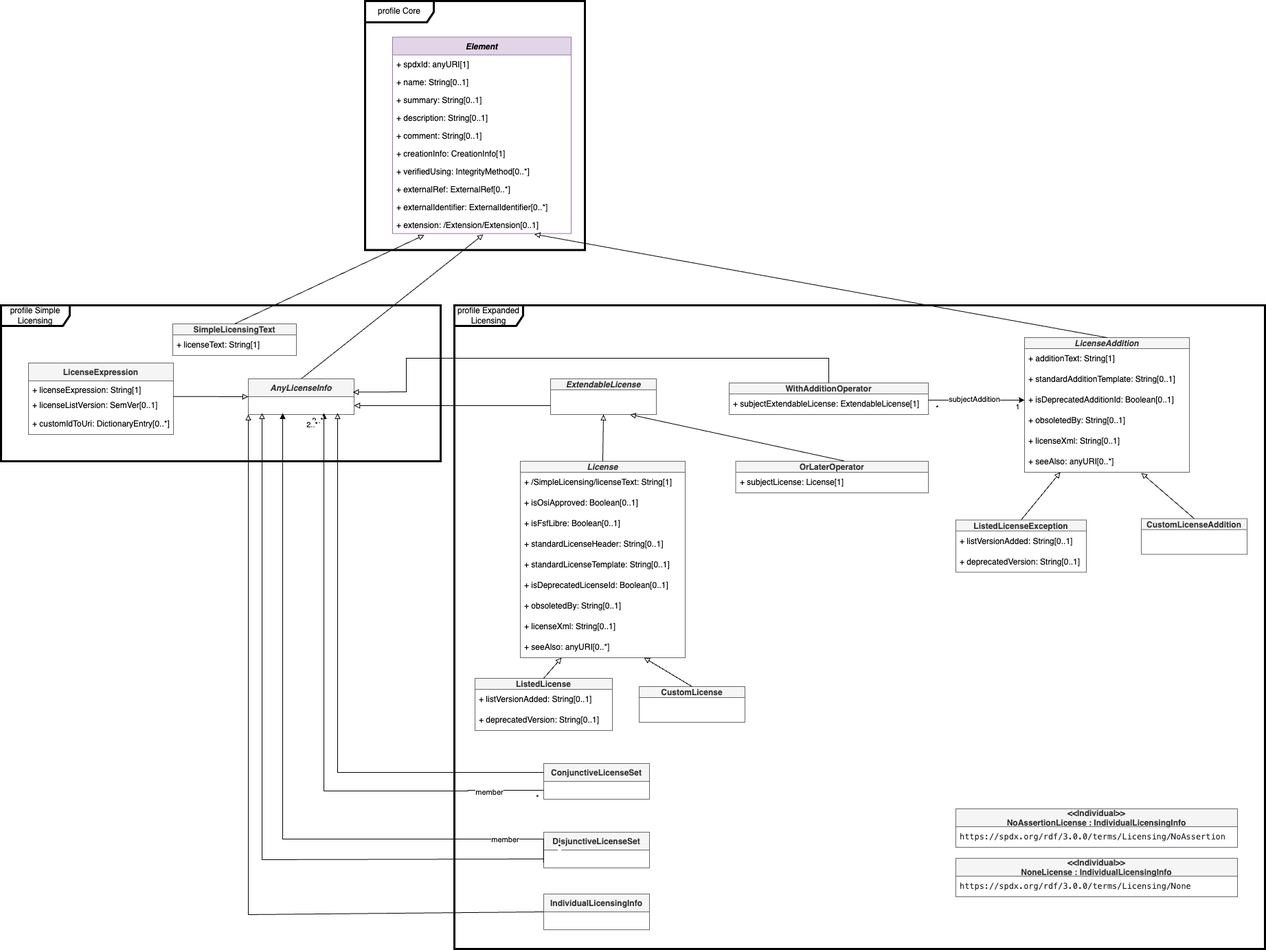
Earlier version of the draw.io export model Licensing.png (spdx/spdx-3-model). Source tidied: cells renumbered, new cells last; positions are measured from the earlier drawing's top-left corner, leaving out a move shared by most shapes.
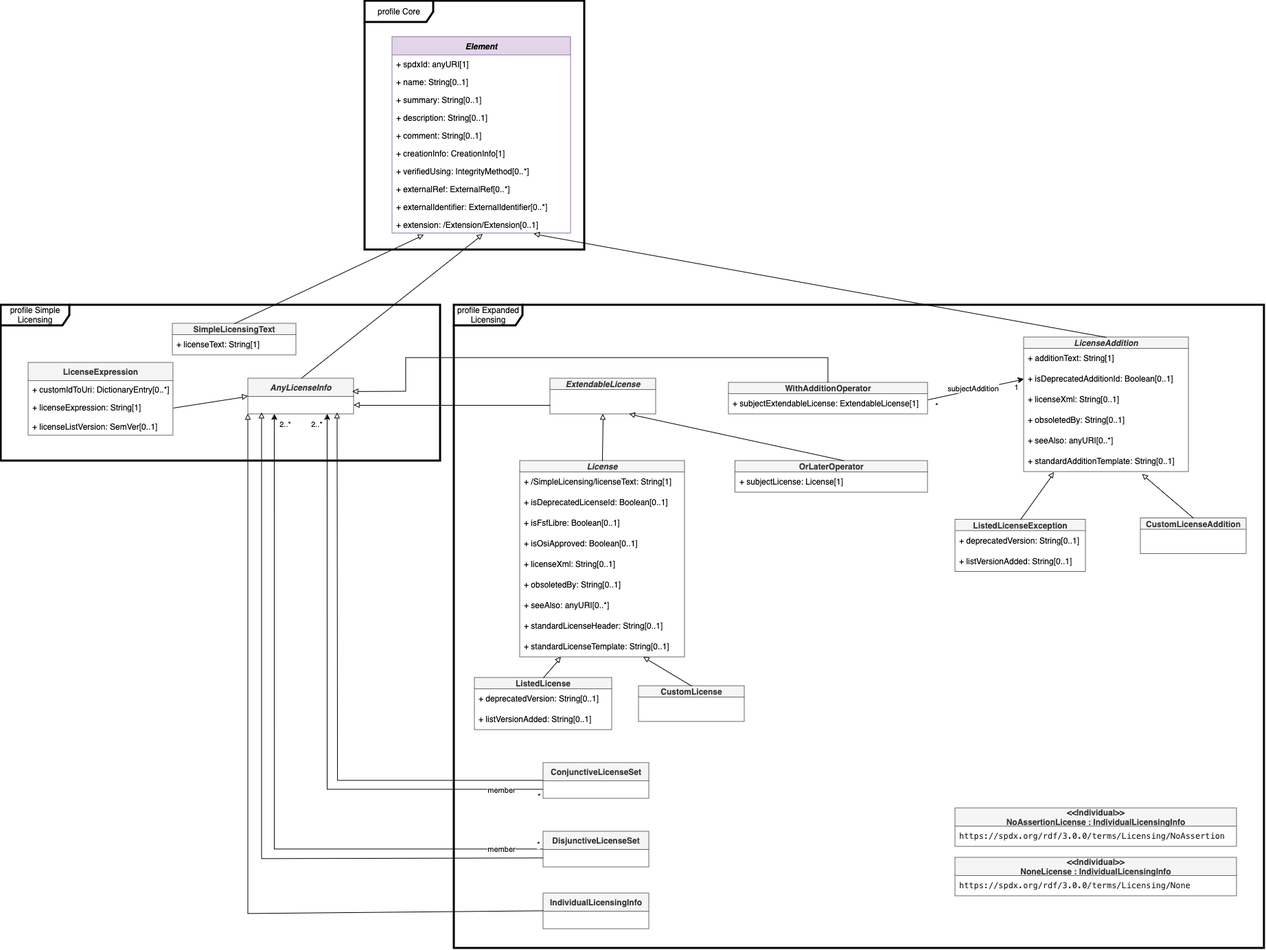
After the commit.

Change to the diagram source:
```diff
@@ -7,2 +7,20 @@
     </mxCell>
+    <mxCell id="87" style="edgeStyle=orthogonalEdgeStyle;rounded=0;jettySize=auto;html=1;exitX=0;exitY=0.5;exitDx=0;exitDy=0;entryX=0.25;entryY=1;entryDx=0;entryDy=0;" parent="1" edge="1" source="3" target="18">
+      <mxGeometry relative="1" as="geometry" />
+    </mxCell>
+    <mxCell id="88" value="member" style="edgeLabel;html=1;align=center;verticalAlign=middle;" parent="87" vertex="1">
+      <mxGeometry x="-0.57" y="1" relative="1" as="geometry">
+        <mxPoint x="158" y="-2" as="offset" />
+      </mxGeometry>
+    </mxCell>
+    <mxCell id="89" value="*" style="edgeLabel;html=1;align=center;verticalAlign=middle;" parent="87" vertex="1">
+      <mxGeometry x="-0.99" y="-1" relative="1" as="geometry">
+        <mxPoint y="-7" as="offset" />
+      </mxGeometry>
+    </mxCell>
+    <mxCell id="90" value="2..*" style="edgeLabel;html=1;align=center;verticalAlign=middle;" parent="87" vertex="1">
+      <mxGeometry x="0.78" y="-1" relative="1" as="geometry">
+        <mxPoint x="14" y="-100" as="offset" />
+      </mxGeometry>
+    </mxCell>
     <mxCell id="3" value="DisjunctiveLicenseSet" style="swimlane;fontStyle=1;horizontal=1;startSize=26;fillColor=#f5f5f5;strokeColor=#666666;fontColor=#333333;" parent="1" vertex="1">
@@ -56,16 +74,39 @@
     <mxCell id="19" value="LicenseExpression" style="swimlane;fontStyle=1;horizontal=1;startSize=26;fillColor=#f5f5f5;strokeColor=#666666;fontColor=#333333;" parent="1" vertex="1">
-      <mxGeometry x="40" y="527" width="210.9" height="104" as="geometry" />
+      <mxGeometry x="40" y="527" width="210.9" height="106" as="geometry" />
     </mxCell>
+    <mxCell id="22" value="+ customIdToUri: DictionaryEntry[0..*]" style="text;strokeColor=none;fillColor=none;align=left;verticalAlign=top;spacingLeft=4;spacingRight=4;overflow=hidden;whiteSpace=wrap;html=1;" parent="19" vertex="1">
+      <mxGeometry y="26" width="210.9" height="26" as="geometry" />
+    </mxCell>
     <mxCell id="20" value="+ licenseExpression: String[1]" style="text;strokeColor=none;fillColor=none;align=left;verticalAlign=top;spacingLeft=4;spacingRight=4;overflow=hidden;points=[[0,0.5],[1,0.5]];portConstraint=eastwest;" parent="19" vertex="1">
-      <mxGeometry y="26" width="210.9" height="22" as="geometry" />
+      <mxGeometry y="52" width="210.9" height="28" as="geometry" />
     </mxCell>
     <mxCell id="21" value="+ licenseListVersion: SemVer[0..1]" style="text;strokeColor=none;fillColor=none;align=left;verticalAlign=top;spacingLeft=4;spacingRight=4;overflow=hidden;points=[[0,0.5],[1,0.5]];portConstraint=eastwest;" parent="19" vertex="1">
-      <mxGeometry y="48" width="210.9" height="26" as="geometry" />
+      <mxGeometry y="80" width="210.9" height="26" as="geometry" />
     </mxCell>
-    <mxCell id="22" value="+ customIdToUri: DictionaryEntry[0..*]" style="text;strokeColor=none;fillColor=none;align=left;verticalAlign=middle;spacingLeft=4;spacingRight=4;overflow=hidden;whiteSpace=wrap;html=1;" parent="19" vertex="1">
-      <mxGeometry y="74" width="210.9" height="30" as="geometry" />
-    </mxCell>
-    <mxCell id="23" style="endArrow=block;html=1;rounded=0;entryX=0;entryY=0.5;entryDx=0;entryDy=0;exitX=0.999;exitY=0.026;exitDx=0;exitDy=0;endFill=0;exitPerimeter=0;" parent="1" edge="1" source="21" target="18">
+    <mxCell id="23" style="endArrow=block;html=1;rounded=0;entryX=0;entryY=0.5;entryDx=0;entryDy=0;exitX=1;exitY=0.5;exitDx=0;exitDy=0;endFill=0;" parent="1" edge="1" source="20" target="18">
       <mxGeometry relative="1" as="geometry" />
     </mxCell>
+    <mxCell id="91" style="edgeStyle=orthogonalEdgeStyle;rounded=0;jettySize=auto;html=1;exitX=0;exitY=0.75;exitDx=0;exitDy=0;entryX=0.75;entryY=1;entryDx=0;entryDy=0;" parent="1" edge="1" source="24" target="18">
+      <mxGeometry relative="1" as="geometry" />
+    </mxCell>
+    <mxCell id="92" value="member" style="edgeLabel;html=1;align=center;verticalAlign=middle;" parent="91" vertex="1">
+      <mxGeometry x="-0.81" relative="1" as="geometry">
+        <mxPoint x="20" as="offset" />
+      </mxGeometry>
+    </mxCell>
+    <mxCell id="93" value="*" style="edgeLabel;html=1;align=center;verticalAlign=middle;" parent="91" vertex="1">
+      <mxGeometry x="-0.99" y="1" relative="1" as="geometry">
+        <mxPoint y="8" as="offset" />
+      </mxGeometry>
+    </mxCell>
+    <mxCell id="94" value="2..*" style="edgeLabel;html=1;align=center;verticalAlign=middle;" parent="91" vertex="1">
+      <mxGeometry x="0.78" y="-1" relative="1" as="geometry">
+        <mxPoint x="-17" y="-81" as="offset" />
+      </mxGeometry>
+    </mxCell>
+    <mxCell id="95" style="edgeStyle=orthogonalEdgeStyle;rounded=0;jettySize=auto;html=1;exitX=0;exitY=0.5;exitDx=0;exitDy=0;strokeColor=default;endArrow=block;endFill=0;" parent="1" edge="1" source="24">
+      <mxGeometry relative="1" as="geometry">
+        <mxPoint x="490" y="600" as="targetPoint" />
+      </mxGeometry>
+    </mxCell>
     <mxCell id="24" value="ConjunctiveLicenseSet" style="swimlane;fontStyle=1;horizontal=1;startSize=26;fillColor=#f5f5f5;strokeColor=#666666;fontColor=#333333;" parent="1" vertex="1">
@@ -73,26 +114,2 @@
     </mxCell>
-    <mxCell id="25" style="edgeStyle=orthogonalEdgeStyle;rounded=0;jettySize=auto;html=1;endArrow=block;endFill=1;exitX=0;exitY=0.75;exitDx=0;exitDy=0;" parent="1" edge="1" source="24">
-      <mxGeometry relative="1" as="geometry">
-        <mxPoint x="470" y="600" as="targetPoint" />
-        <Array as="points">
-          <mxPoint x="680" y="1149" />
-          <mxPoint x="470" y="1150" />
-        </Array>
-      </mxGeometry>
-    </mxCell>
-    <mxCell id="26" value="*" style="edgeLabel;html=1;align=center;verticalAlign=middle;" parent="25" vertex="1">
-      <mxGeometry x="0.89" y="-1" relative="1" as="geometry">
-        <mxPoint x="309" y="513" as="offset" />
-      </mxGeometry>
-    </mxCell>
-    <mxCell id="27" value="2..*" style="edgeLabel;html=1;align=center;verticalAlign=middle;" parent="25" vertex="1">
-      <mxGeometry x="-0.94" y="-3" relative="1" as="geometry">
-        <mxPoint x="-303" y="-536" as="offset" />
-      </mxGeometry>
-    </mxCell>
-    <mxCell id="28" value="member" style="edgeLabel;html=1;align=center;verticalAlign=middle;" parent="25" vertex="1">
-      <mxGeometry x="-0.35" y="1" relative="1" as="geometry">
-        <mxPoint x="201" as="offset" />
-      </mxGeometry>
-    </mxCell>
     <mxCell id="29" value="License" style="swimlane;fontStyle=3;horizontal=1;startSize=16;fillColor=#f5f5f5;strokeColor=#666666;fontColor=#333333;" parent="1" vertex="1">
@@ -103,26 +120,26 @@
     </mxCell>
+    <mxCell id="35" value="+ isDeprecatedLicenseId: Boolean[0..1]" style="text;strokeColor=none;fillColor=none;align=left;verticalAlign=middle;spacingLeft=4;spacingRight=4;overflow=hidden;whiteSpace=wrap;html=1;" parent="29" vertex="1">
+      <mxGeometry y="46" width="240" height="30" as="geometry" />
+    </mxCell>
+    <mxCell id="32" value="+ isFsfLibre: Boolean[0..1]" style="text;strokeColor=none;fillColor=none;align=left;verticalAlign=middle;spacingLeft=4;spacingRight=4;overflow=hidden;whiteSpace=wrap;html=1;" parent="29" vertex="1">
+      <mxGeometry y="76" width="240" height="30" as="geometry" />
+    </mxCell>
     <mxCell id="31" value="+ isOsiApproved: Boolean[0..1]" style="text;strokeColor=none;fillColor=none;align=left;verticalAlign=middle;spacingLeft=4;spacingRight=4;overflow=hidden;whiteSpace=wrap;html=1;" parent="29" vertex="1">
-      <mxGeometry y="46" width="240" height="30" as="geometry" />
+      <mxGeometry y="106" width="240" height="30" as="geometry" />
     </mxCell>
-    <mxCell id="32" value="+ isFsfLibre: Boolean[0..1]" style="text;strokeColor=none;fillColor=none;align=left;verticalAlign=middle;spacingLeft=4;spacingRight=4;overflow=hidden;whiteSpace=wrap;html=1;" parent="29" vertex="1">
-      <mxGeometry y="76" width="240" height="30" as="geometry" />
-    </mxCell>
+    <mxCell id="37" value="+ licenseXml: String[0..1]" style="text;strokeColor=none;fillColor=none;align=left;verticalAlign=middle;spacingLeft=4;spacingRight=4;overflow=hidden;whiteSpace=wrap;html=1;" parent="29" vertex="1">
+      <mxGeometry y="136" width="240" height="30" as="geometry" />
+    </mxCell>
+    <mxCell id="36" value="+ obsoletedBy: String[0..1]" style="text;strokeColor=none;fillColor=none;align=left;verticalAlign=middle;spacingLeft=4;spacingRight=4;overflow=hidden;whiteSpace=wrap;html=1;" parent="29" vertex="1">
+      <mxGeometry y="166" width="240" height="30" as="geometry" />
+    </mxCell>
+    <mxCell id="38" value="+ seeAlso: anyURI[0..*]" style="text;strokeColor=none;fillColor=none;align=left;verticalAlign=middle;spacingLeft=4;spacingRight=4;overflow=hidden;whiteSpace=wrap;html=1;" parent="29" vertex="1">
+      <mxGeometry y="196" width="240" height="30" as="geometry" />
+    </mxCell>
     <mxCell id="33" value="+ standardLicenseHeader: String[0..1]" style="text;strokeColor=none;fillColor=none;align=left;verticalAlign=middle;spacingLeft=4;spacingRight=4;overflow=hidden;whiteSpace=wrap;html=1;" parent="29" vertex="1">
-      <mxGeometry y="106" width="240" height="30" as="geometry" />
+      <mxGeometry y="226" width="240" height="30" as="geometry" />
     </mxCell>
     <mxCell id="34" value="+ standardLicenseTemplate: String[0..1]" style="text;strokeColor=none;fillColor=none;align=left;verticalAlign=middle;spacingLeft=4;spacingRight=4;overflow=hidden;whiteSpace=wrap;html=1;" parent="29" vertex="1">
-      <mxGeometry y="136" width="240" height="30" as="geometry" />
+      <mxGeometry y="256" width="240" height="30" as="geometry" />
     </mxCell>
-    <mxCell id="35" value="+ isDeprecatedLicenseId: Boolean[0..1]" style="text;strokeColor=none;fillColor=none;align=left;verticalAlign=middle;spacingLeft=4;spacingRight=4;overflow=hidden;whiteSpace=wrap;html=1;" parent="29" vertex="1">
-      <mxGeometry y="166" width="240" height="30" as="geometry" />
-    </mxCell>
-    <mxCell id="36" value="+ obsoletedBy: String[0..1]" style="text;strokeColor=none;fillColor=none;align=left;verticalAlign=middle;spacingLeft=4;spacingRight=4;overflow=hidden;whiteSpace=wrap;html=1;" parent="29" vertex="1">
-      <mxGeometry y="196" width="240" height="30" as="geometry" />
-    </mxCell>
-    <mxCell id="37" value="+ licenseXml: String[0..1]" style="text;strokeColor=none;fillColor=none;align=left;verticalAlign=middle;spacingLeft=4;spacingRight=4;overflow=hidden;whiteSpace=wrap;html=1;" parent="29" vertex="1">
-      <mxGeometry y="226" width="240" height="30" as="geometry" />
-    </mxCell>
-    <mxCell id="38" value="+ seeAlso: anyURI[0..*]" style="text;strokeColor=none;fillColor=none;align=left;verticalAlign=middle;spacingLeft=4;spacingRight=4;overflow=hidden;whiteSpace=wrap;html=1;" parent="29" vertex="1">
-      <mxGeometry y="256" width="240" height="30" as="geometry" />
-    </mxCell>
     <mxCell id="39" value="ExtendableLicense" style="swimlane;fontStyle=3;horizontal=1;startSize=16;fillColor=#f5f5f5;strokeColor=#666666;fontColor=#333333;" parent="1" vertex="1">
@@ -145,17 +162,17 @@
     </mxCell>
+    <mxCell id="46" value="+ isDeprecatedAdditionId: Boolean[0..1]" style="text;strokeColor=none;fillColor=none;align=left;verticalAlign=middle;spacingLeft=4;spacingRight=4;overflow=hidden;points=[[0,0.5],[1,0.5]];portConstraint=eastwest;whiteSpace=wrap;html=1;" parent="43" vertex="1">
+      <mxGeometry y="46" width="240" height="30" as="geometry" />
+    </mxCell>
+    <mxCell id="48" value="+ licenseXml: String[0..1]" style="text;strokeColor=none;fillColor=none;align=left;verticalAlign=middle;spacingLeft=4;spacingRight=4;overflow=hidden;whiteSpace=wrap;html=1;" parent="43" vertex="1">
+      <mxGeometry y="76" width="240" height="30" as="geometry" />
+    </mxCell>
+    <mxCell id="47" value="+ obsoletedBy: String[0..1]" style="text;strokeColor=none;fillColor=none;align=left;verticalAlign=middle;spacingLeft=4;spacingRight=4;overflow=hidden;whiteSpace=wrap;html=1;" parent="43" vertex="1">
+      <mxGeometry y="106" width="240" height="30" as="geometry" />
+    </mxCell>
+    <mxCell id="49" value="+ seeAlso: anyURI[0..*]" style="text;strokeColor=none;fillColor=none;align=left;verticalAlign=middle;spacingLeft=4;spacingRight=4;overflow=hidden;points=[[0,0.5],[1,0.5]];portConstraint=eastwest;whiteSpace=wrap;html=1;" parent="43" vertex="1">
+      <mxGeometry y="136" width="240" height="30" as="geometry" />
+    </mxCell>
     <mxCell id="45" value="+ standardAdditionTemplate: String[0..1]" style="text;strokeColor=none;fillColor=none;align=left;verticalAlign=middle;spacingLeft=4;spacingRight=4;overflow=hidden;points=[[0,0.5],[1,0.5]];portConstraint=eastwest;whiteSpace=wrap;html=1;" parent="43" vertex="1">
-      <mxGeometry y="46" width="240" height="30" as="geometry" />
+      <mxGeometry y="166" width="240" height="30" as="geometry" />
     </mxCell>
-    <mxCell id="46" value="+ isDeprecatedAdditionId: Boolean[0..1]" style="text;strokeColor=none;fillColor=none;align=left;verticalAlign=middle;spacingLeft=4;spacingRight=4;overflow=hidden;points=[[0,0.5],[1,0.5]];portConstraint=eastwest;whiteSpace=wrap;html=1;" parent="43" vertex="1">
-      <mxGeometry y="76" width="240" height="30" as="geometry" />
-    </mxCell>
-    <mxCell id="47" value="+ obsoletedBy: String[0..1]" style="text;strokeColor=none;fillColor=none;align=left;verticalAlign=middle;spacingLeft=4;spacingRight=4;overflow=hidden;whiteSpace=wrap;html=1;" parent="43" vertex="1">
-      <mxGeometry y="106" width="240" height="30" as="geometry" />
-    </mxCell>
-    <mxCell id="48" value="+ licenseXml: String[0..1]" style="text;strokeColor=none;fillColor=none;align=left;verticalAlign=middle;spacingLeft=4;spacingRight=4;overflow=hidden;whiteSpace=wrap;html=1;" parent="43" vertex="1">
-      <mxGeometry y="136" width="240" height="30" as="geometry" />
-    </mxCell>
-    <mxCell id="49" value="+ seeAlso: anyURI[0..*]" style="text;strokeColor=none;fillColor=none;align=left;verticalAlign=middle;spacingLeft=4;spacingRight=4;overflow=hidden;points=[[0,0.5],[1,0.5]];portConstraint=eastwest;whiteSpace=wrap;html=1;" parent="43" vertex="1">
-      <mxGeometry y="166" width="240" height="30" as="geometry" />
-    </mxCell>
     <mxCell id="50" value="CustomLicenseAddition" style="swimlane;fontStyle=1;horizontal=1;startSize=16;fillColor=#f5f5f5;strokeColor=#666666;fontColor=#333333;" parent="1" vertex="1">
@@ -163,33 +180,2 @@
     </mxCell>
-    <mxCell id="51" style="endArrow=block;html=1;rounded=0;exitX=0;exitY=0.25;exitDx=0;exitDy=0;endFill=0;" parent="1" edge="1" source="24">
-      <mxGeometry relative="1" as="geometry">
-        <mxPoint x="490" y="600" as="targetPoint" />
-        <Array as="points">
-          <mxPoint x="490" y="1123" />
-        </Array>
-      </mxGeometry>
-    </mxCell>
-    <mxCell id="52" style="edgeStyle=orthogonalEdgeStyle;rounded=0;jettySize=auto;html=1;endArrow=block;endFill=1;exitX=0.11;exitY=0.866;exitDx=0;exitDy=0;exitPerimeter=0;" parent="1" edge="1" source="2">
-      <mxGeometry relative="1" as="geometry">
-        <mxPoint x="410" y="600" as="targetPoint" />
-        <Array as="points">
-          <mxPoint x="410" y="1220" />
-        </Array>
-      </mxGeometry>
-    </mxCell>
-    <mxCell id="53" value="member" style="edgeLabel;html=1;align=center;verticalAlign=middle;" parent="52" vertex="1">
-      <mxGeometry x="-0.35" y="1" relative="1" as="geometry">
-        <mxPoint x="243" y="-1" as="offset" />
-      </mxGeometry>
-    </mxCell>
-    <mxCell id="54" value="*" style="edgeLabel;html=1;align=center;verticalAlign=middle;" parent="52" vertex="1">
-      <mxGeometry x="-0.85" relative="1" as="geometry">
-        <mxPoint x="67" y="11" as="offset" />
-      </mxGeometry>
-    </mxCell>
-    <mxCell id="55" value="2..*" style="edgeLabel;html=1;align=center;verticalAlign=middle;" parent="52" vertex="1">
-      <mxGeometry x="-0.94" y="-3" relative="1" as="geometry">
-        <mxPoint x="-340" y="-607" as="offset" />
-      </mxGeometry>
-    </mxCell>
     <mxCell id="56" style="endArrow=block;html=1;rounded=0;exitX=0;exitY=0.75;exitDx=0;exitDy=0;endFill=0;" parent="1" edge="1" source="3">
@@ -208,8 +194,8 @@
     </mxCell>
+    <mxCell id="60" value="+ deprecatedVersion: String[0..1]" style="text;strokeColor=none;fillColor=none;align=left;verticalAlign=middle;spacingLeft=4;spacingRight=4;overflow=hidden;whiteSpace=wrap;html=1;" parent="58" vertex="1">
+      <mxGeometry y="16" width="200" height="30" as="geometry" />
+    </mxCell>
     <mxCell id="59" value="+ listVersionAdded: String[0..1]" style="text;strokeColor=none;fillColor=none;align=left;verticalAlign=middle;spacingLeft=4;spacingRight=4;overflow=hidden;whiteSpace=wrap;html=1;" parent="58" vertex="1">
-      <mxGeometry y="16" width="200" height="30" as="geometry" />
+      <mxGeometry y="46" width="200" height="30" as="geometry" />
     </mxCell>
-    <mxCell id="60" value="+ deprecatedVersion: String[0..1]" style="text;strokeColor=none;fillColor=none;align=left;verticalAlign=middle;spacingLeft=4;spacingRight=4;overflow=hidden;whiteSpace=wrap;html=1;" parent="58" vertex="1">
-      <mxGeometry y="46" width="200" height="30" as="geometry" />
-    </mxCell>
     <mxCell id="61" style="endArrow=block;html=1;rounded=0;entryX=0.25;entryY=1;entryDx=0;entryDy=0;exitX=0.5;exitY=0;exitDx=0;exitDy=0;endFill=0;" parent="1" edge="1" source="58" target="29">
@@ -220,12 +206,12 @@
     </mxCell>
+    <mxCell id="64" value="+ deprecatedVersion: String[0..1]" style="text;strokeColor=none;fillColor=none;align=left;verticalAlign=middle;spacingLeft=4;spacingRight=4;overflow=hidden;whiteSpace=wrap;html=1;" parent="62" vertex="1">
+      <mxGeometry y="16" width="190" height="30" as="geometry" />
+    </mxCell>
     <mxCell id="63" value="+ listVersionAdded: String[0..1]" style="text;strokeColor=none;fillColor=none;align=left;verticalAlign=middle;spacingLeft=4;spacingRight=4;overflow=hidden;whiteSpace=wrap;html=1;" parent="62" vertex="1">
-      <mxGeometry y="16" width="190" height="30" as="geometry" />
+      <mxGeometry y="46" width="190" height="30" as="geometry" />
     </mxCell>
-    <mxCell id="64" value="+ deprecatedVersion: String[0..1]" style="text;strokeColor=none;fillColor=none;align=left;verticalAlign=middle;spacingLeft=4;spacingRight=4;overflow=hidden;whiteSpace=wrap;html=1;" parent="62" vertex="1">
-      <mxGeometry y="46" width="190" height="30" as="geometry" />
-    </mxCell>
-    <mxCell id="65" style="endArrow=block;html=1;rounded=0;entryX=0.217;entryY=1;entryDx=0;entryDy=0;exitX=0.5;exitY=0;exitDx=0;exitDy=0;endFill=0;entryPerimeter=0;" parent="1" edge="1" source="62" target="49">
+    <mxCell id="65" style="endArrow=block;html=1;rounded=0;entryX=0.184;entryY=1.03;entryDx=0;entryDy=0;exitX=0.5;exitY=0;exitDx=0;exitDy=0;endFill=0;entryPerimeter=0;" parent="1" edge="1" source="62" target="45">
       <mxGeometry relative="1" as="geometry" />
     </mxCell>
-    <mxCell id="66" style="endArrow=block;html=1;rounded=0;entryX=0.708;entryY=1.033;entryDx=0;entryDy=0;exitX=0.5;exitY=0;exitDx=0;exitDy=0;endFill=0;entryPerimeter=0;" parent="1" edge="1" source="50" target="49">
+    <mxCell id="66" style="endArrow=block;html=1;rounded=0;entryX=0.718;entryY=1.121;entryDx=0;entryDy=0;exitX=0.5;exitY=0;exitDx=0;exitDy=0;endFill=0;entryPerimeter=0;" parent="1" edge="1" source="50" target="45">
       <mxGeometry relative="1" as="geometry" />
```
